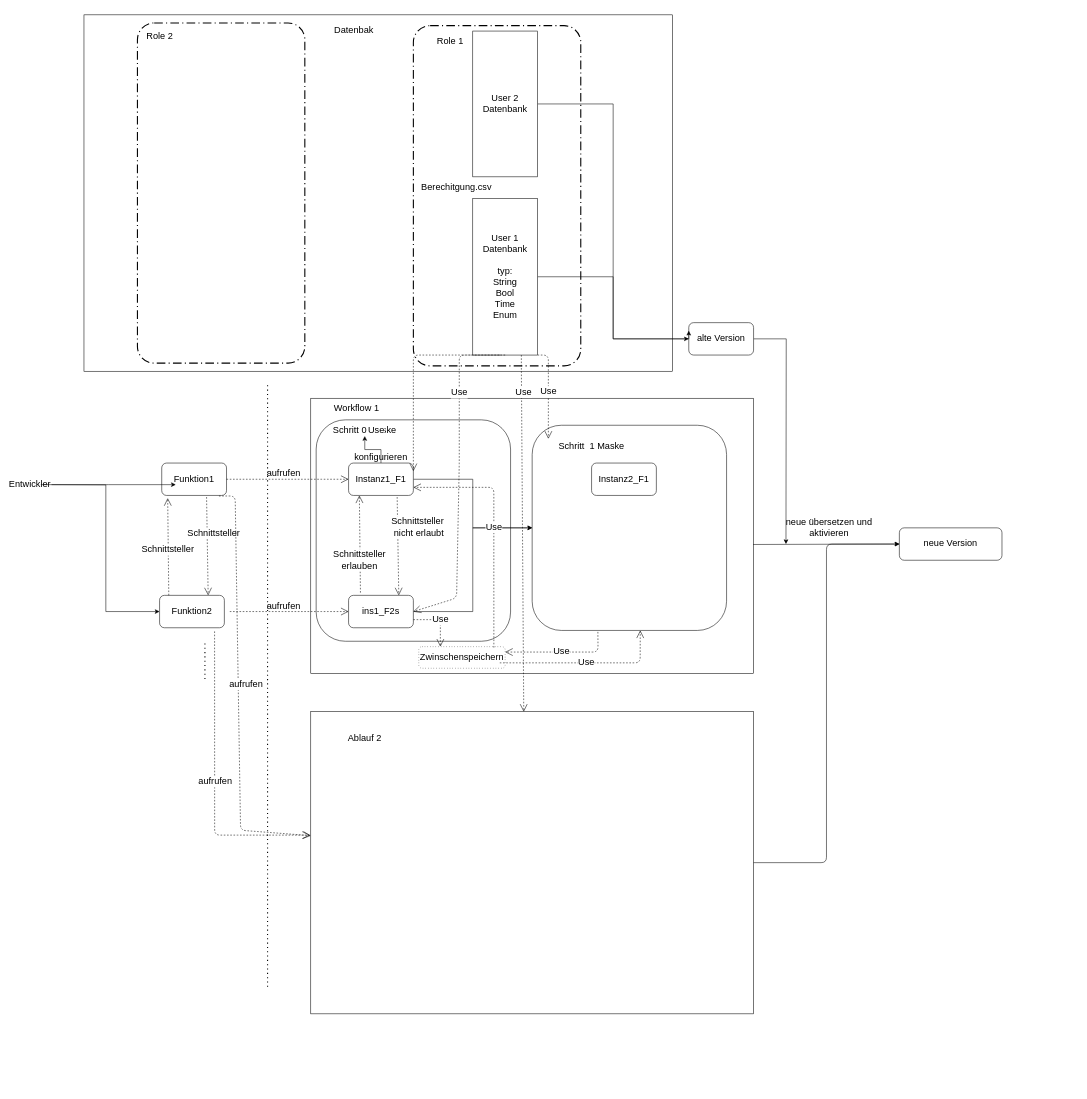
This is Untitled Diagram.drawio from masteryijian/Hallo-World-, a draw.io file, before an edit. Source tidied: cells renumbered, new cells numbered last; positions are measured from the earlier drawing's top-left corner, leaving out a move shared by most shapes. Both pictures are drawn from the tidied source at 54%, with x=0, y=0 at pixel (19, 15).
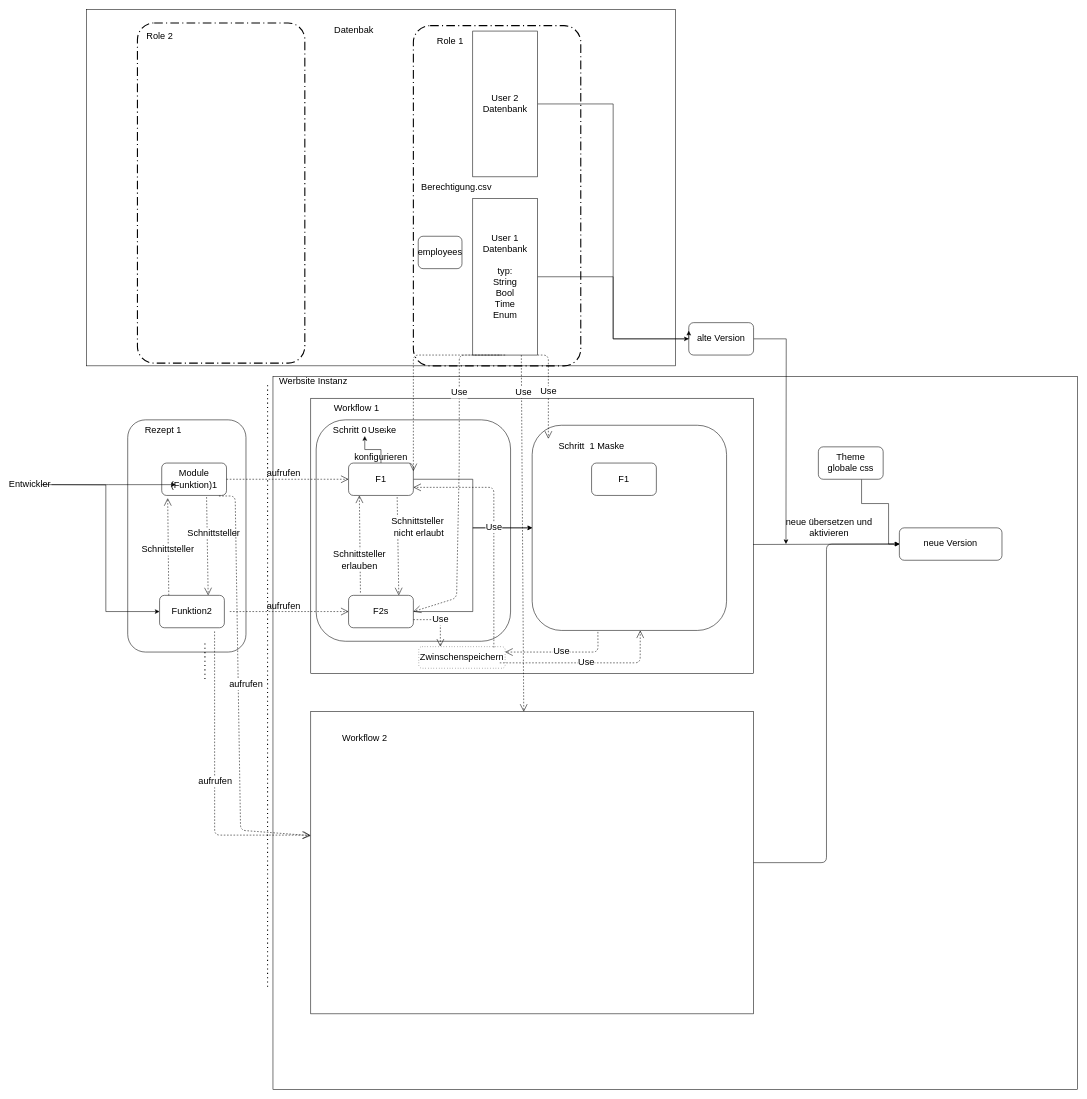
The same page after the edit.

The change refers to these unchanged cells:
```xml
<mxCell id="35" value="neue Version" style="rounded=1;whiteSpace=wrap;html=1;fontSize=17;" parent="1" vertex="1">
  <mxGeometry x="1630" y="950" width="190" height="60" as="geometry" />
</mxCell>
```

Diff of the diagram source:
```diff
@@
+    <mxCell id="60" style="rounded=0;whiteSpace=wrap;html=1;fontSize=17;" parent="1" vertex="1">
+      <mxGeometry x="470" y="670" width="1490" height="1320" as="geometry" />
+    </mxCell>
+    <mxCell id="61" style="rounded=1;whiteSpace=wrap;html=1;fontSize=17;" parent="1" vertex="1">
+      <mxGeometry x="201" y="750" width="219" height="430" as="geometry" />
+    </mxCell>
     <mxCell id="2" style="rounded=0;whiteSpace=wrap;html=1;fontSize=17;" parent="1" vertex="1">
-      <mxGeometry x="120" width="1090" height="660" as="geometry" />
+      <mxGeometry x="125" y="-10" width="1090" height="660" as="geometry" />
     </mxCell>
@@
-    <mxCell id="5" value="Funktion1" style="rounded=1;whiteSpace=wrap;html=1;fontSize=17;" parent="1" vertex="1">
+    <mxCell id="5" value="Module (Funktion)1" style="rounded=1;whiteSpace=wrap;html=1;fontSize=17;" parent="1" vertex="1">
       <mxGeometry x="264" y="830" width="120" height="60" as="geometry" />
     </mxCell>
@@
-    <mxCell id="12" value="Instanz1_F1" style="rounded=1;whiteSpace=wrap;html=1;fontSize=17;" parent="1" vertex="1">
+    <mxCell id="12" value="F1" style="rounded=1;whiteSpace=wrap;html=1;fontSize=17;" parent="1" vertex="1">
       <mxGeometry x="610" y="830" width="120" height="60" as="geometry" />
     </mxCell>
@@
-    <mxCell id="15" value="ins1_F2s" style="rounded=1;whiteSpace=wrap;html=1;fontSize=17;" parent="1" vertex="1">
+    <mxCell id="15" value="F2s" style="rounded=1;whiteSpace=wrap;html=1;fontSize=17;" parent="1" vertex="1">
       <mxGeometry x="610" y="1075" width="120" height="60" as="geometry" />
     </mxCell>
@@
-    <mxCell id="24" value="Ablauf 2" style="text;html=1;strokeColor=none;fillColor=none;align=center;verticalAlign=middle;whiteSpace=wrap;rounded=0;fontSize=17;" parent="1" vertex="1">
+    <mxCell id="24" value="Workflow 2" style="text;html=1;strokeColor=none;fillColor=none;align=center;verticalAlign=middle;whiteSpace=wrap;rounded=0;fontSize=17;" parent="1" vertex="1">
       <mxGeometry x="580" y="1330" width="120" height="20" as="geometry" />
     </mxCell>
@@
-    <mxCell id="56" value="Instanz2_F1" style="rounded=1;whiteSpace=wrap;html=1;fontSize=17;" parent="1" vertex="1">
+    <mxCell id="56" value="F1" style="rounded=1;whiteSpace=wrap;html=1;fontSize=17;" parent="1" vertex="1">
       <mxGeometry x="1060" y="830" width="120" height="60" as="geometry" />
     </mxCell>
@@
-    <mxCell id="59" value="Berechitgung.csv" style="text;html=1;strokeColor=none;fillColor=none;align=center;verticalAlign=middle;whiteSpace=wrap;rounded=0;fontSize=17;" parent="1" vertex="1">
+    <mxCell id="59" value="Berechtigung.csv" style="text;html=1;strokeColor=none;fillColor=none;align=center;verticalAlign=middle;whiteSpace=wrap;rounded=0;fontSize=17;" parent="1" vertex="1">
       <mxGeometry x="790" y="310" width="40" height="20" as="geometry" />
     </mxCell>
+    <mxCell id="62" value="Rezept 1" style="text;html=1;strokeColor=none;fillColor=none;align=center;verticalAlign=middle;whiteSpace=wrap;rounded=0;fontSize=17;" parent="1" vertex="1">
+      <mxGeometry x="224" y="760" width="86" height="20" as="geometry" />
+    </mxCell>
+    <mxCell id="63" style="edgeStyle=orthogonalEdgeStyle;rounded=0;jettySize=auto;html=1;entryX=0;entryY=0.5;entryDx=0;entryDy=0;fontSize=17;" parent="1" edge="1" source="64" target="35">
+      <mxGeometry relative="1" as="geometry">
+        <Array as="points">
+          <mxPoint x="1560" y="905" />
+          <mxPoint x="1610" y="905" />
+          <mxPoint x="1610" y="980" />
+        </Array>
+      </mxGeometry>
+    </mxCell>
+    <mxCell id="64" value="Theme&lt;br&gt;globale css" style="rounded=1;whiteSpace=wrap;html=1;fontSize=17;" parent="1" vertex="1">
+      <mxGeometry x="1480" y="800" width="120" height="60" as="geometry" />
+    </mxCell>
+    <mxCell id="65" value="employees" style="rounded=1;whiteSpace=wrap;html=1;fontSize=17;" parent="1" vertex="1">
+      <mxGeometry x="739" y="410" width="81" height="60" as="geometry" />
+    </mxCell>
+    <mxCell id="66" value="Werbsite Instanz" style="text;html=1;strokeColor=none;fillColor=none;align=center;verticalAlign=middle;whiteSpace=wrap;rounded=0;fontSize=17;" parent="1" vertex="1">
+      <mxGeometry x="470" y="670" width="150" height="20" as="geometry" />
+    </mxCell>
```
